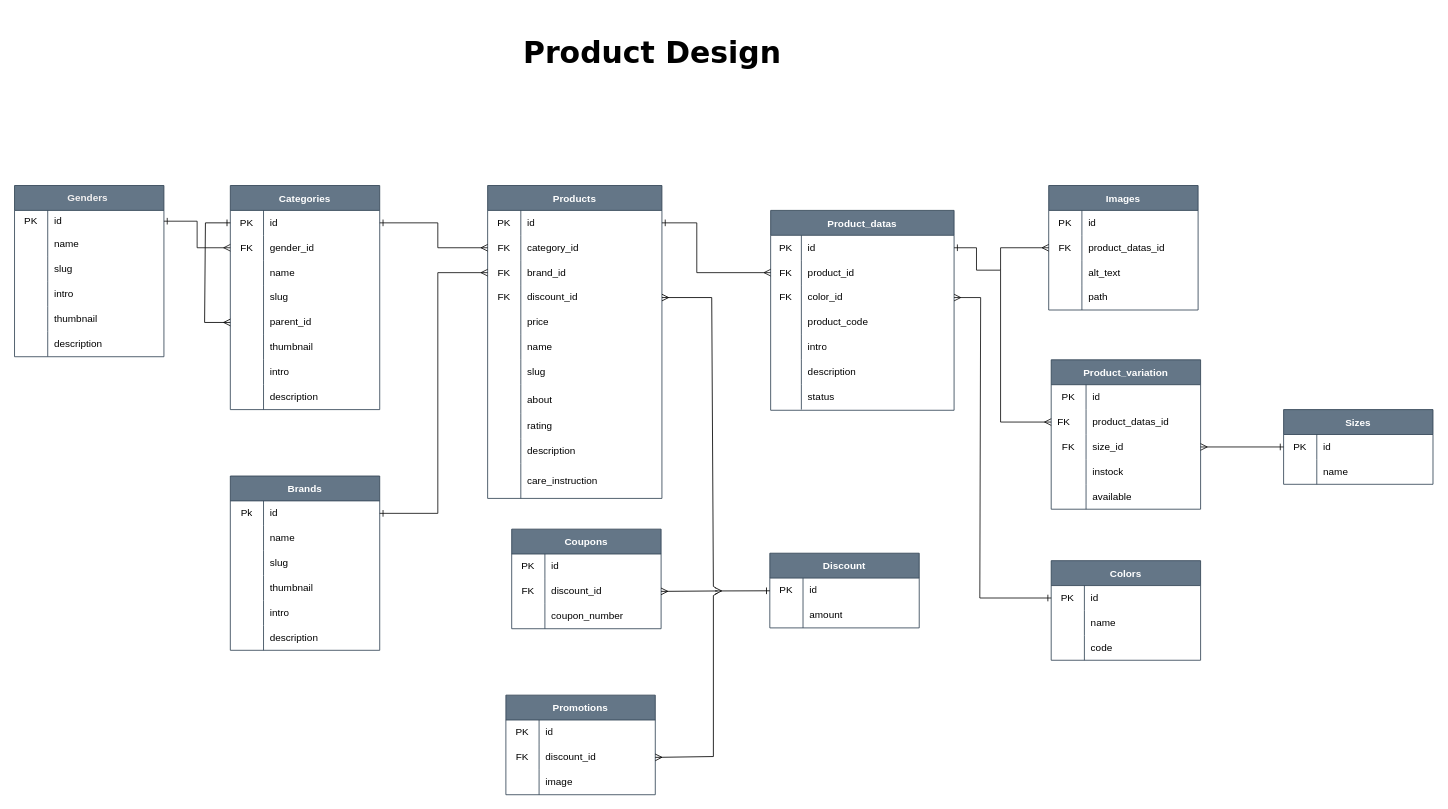
Above: resources/ERD/products.drawio in Khantminaung313/dshop (draw.io), before the change. Source tidied: cells renumbered, new cells numbered last; positions are measured from the earlier drawing's top-left corner, leaving out a move shared by most shapes. Both pictures are drawn from the tidied source at 83%, with x=0, y=0 at pixel (14, 14).
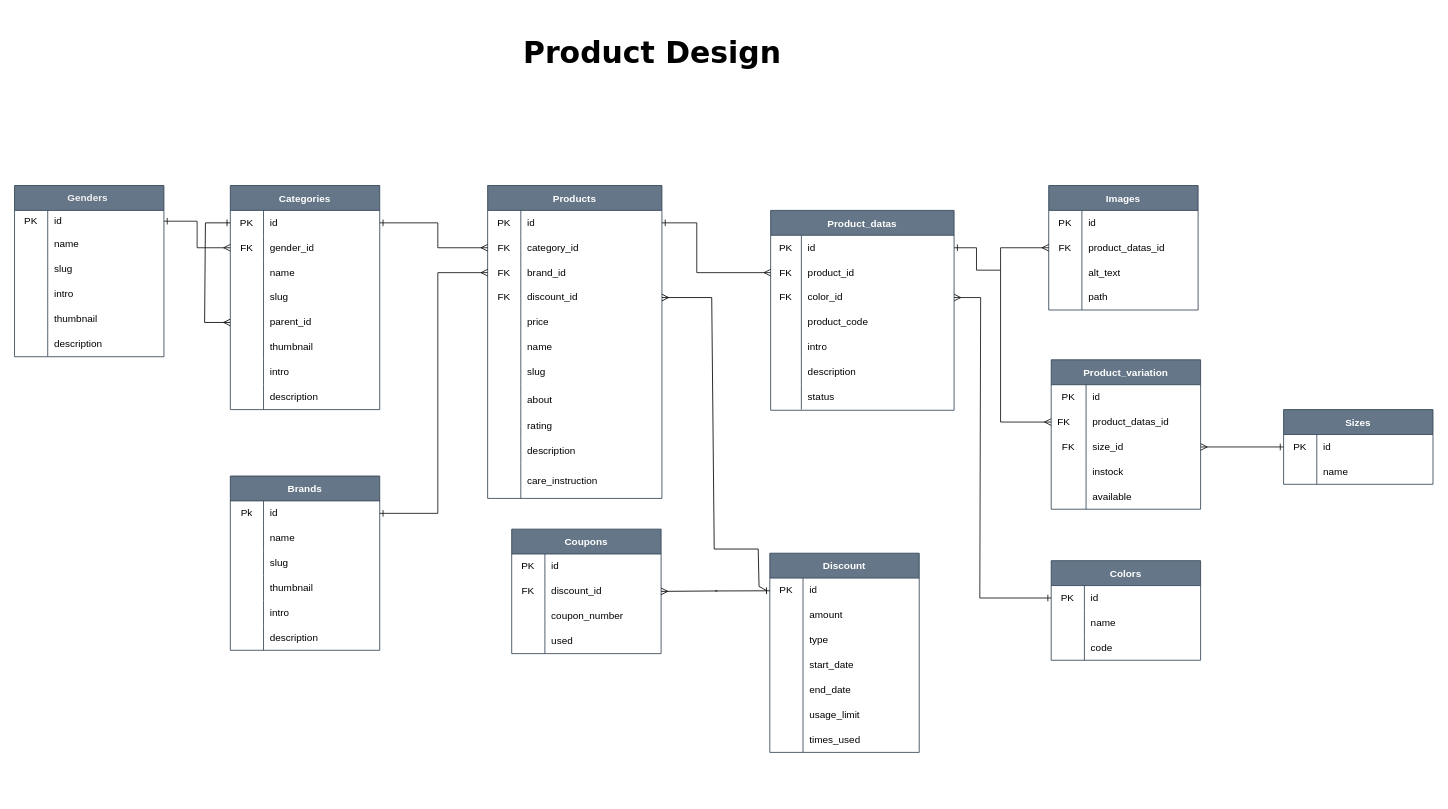
The same page after the edit.

Unchanged cells that the change refers to:
```xml
<mxCell id="77" style="shape=tableRow;horizontal=0;startSize=0;swimlaneHead=0;swimlaneBody=0;top=0;left=0;bottom=0;right=0;fillColor=none;points=[[0,0.5],[1,0.5]];portConstraint=eastwest;" parent="67" vertex="1">
  <mxGeometry y="120" width="210" height="30" as="geometry" />
</mxCell>
<mxCell id="146" style="shape=tableRow;horizontal=0;startSize=0;swimlaneHead=0;swimlaneBody=0;top=0;left=0;bottom=0;right=0;fillColor=none;points=[[0,0.5],[1,0.5]];portConstraint=eastwest;" parent="145" vertex="1">
  <mxGeometry y="30" width="180" height="30" as="geometry" />
</mxCell>
```

Change to the diagram source:
```diff
@@
     <mxCell id="103" value="Coupons" style="shape=table;startSize=30;childLayout=tableLayout;rowLines=0;fontStyle=1;fillColor=#647687;fontColor=#ffffff;strokeColor=#314354;" parent="1" vertex="1">
-      <mxGeometry x="599" y="620" width="180" height="120" as="geometry" />
+      <mxGeometry x="599" y="620" width="180" height="150" as="geometry" />
     </mxCell>
@@
-    <mxCell id="113" value="Promotions" style="shape=table;startSize=30;childLayout=tableLayout;rowLines=0;fontStyle=1;fillColor=#647687;fontColor=#ffffff;strokeColor=#314354;labelBorderColor=none;labelBackgroundColor=none;" parent="1" vertex="1">
-      <mxGeometry x="592" y="820" width="180" height="120" as="geometry" />
-    </mxCell>
-    <mxCell id="114" style="shape=tableRow;horizontal=0;startSize=0;swimlaneHead=0;swimlaneBody=0;top=0;left=0;bottom=0;right=0;fillColor=none;" parent="113" vertex="1">
-      <mxGeometry y="30" width="180" height="30" as="geometry" />
-    </mxCell>
-    <mxCell id="115" value="PK" style="shape=partialRectangle;html=1;whiteSpace=wrap;fillColor=none;top=0;left=0;bottom=0;right=0;overflow=hidden;labelBorderColor=none;fontColor=#000000;" parent="114" vertex="1">
-      <mxGeometry width="40" height="30" as="geometry" />
-    </mxCell>
-    <mxCell id="116" value="id" style="shape=partialRectangle;html=1;whiteSpace=wrap;fillColor=none;top=0;left=0;bottom=0;right=0;align=left;spacingLeft=6;overflow=hidden;labelBorderColor=none;fontColor=#000000;" parent="114" vertex="1">
-      <mxGeometry x="40" width="140" height="30" as="geometry" />
-    </mxCell>
-    <mxCell id="117" style="shape=tableRow;horizontal=0;startSize=0;swimlaneHead=0;swimlaneBody=0;top=0;left=0;bottom=0;right=0;fillColor=none;points=[[0,0.5],[1,0.5]];portConstraint=eastwest;" parent="113" vertex="1">
-      <mxGeometry y="60" width="180" height="30" as="geometry" />
-    </mxCell>
-    <mxCell id="118" value="FK" style="shape=partialRectangle;html=1;whiteSpace=wrap;fillColor=none;top=0;left=0;bottom=0;right=0;overflow=hidden;labelBorderColor=none;fontColor=#000000;" parent="117" vertex="1">
-      <mxGeometry width="40" height="30" as="geometry" />
-    </mxCell>
-    <mxCell id="119" value="discount_id" style="shape=partialRectangle;html=1;whiteSpace=wrap;fillColor=none;top=0;left=0;bottom=0;right=0;align=left;spacingLeft=6;overflow=hidden;labelBorderColor=none;fontColor=#000000;" parent="117" vertex="1">
-      <mxGeometry x="40" width="140" height="30" as="geometry" />
-    </mxCell>
-    <mxCell id="120" style="shape=tableRow;horizontal=0;startSize=0;swimlaneHead=0;swimlaneBody=0;top=0;left=0;bottom=0;right=0;fillColor=none;" parent="113" vertex="1">
-      <mxGeometry y="90" width="180" height="30" as="geometry" />
-    </mxCell>
-    <mxCell id="121" style="shape=partialRectangle;html=1;whiteSpace=wrap;fillColor=none;top=0;left=0;bottom=0;right=0;overflow=hidden;labelBorderColor=none;fontColor=#000000;" parent="120" vertex="1">
-      <mxGeometry width="40" height="30" as="geometry" />
-    </mxCell>
-    <mxCell id="122" value="image" style="shape=partialRectangle;html=1;whiteSpace=wrap;fillColor=none;top=0;left=0;bottom=0;right=0;align=left;spacingLeft=6;overflow=hidden;labelBorderColor=none;fontColor=#000000;" parent="120" vertex="1">
-      <mxGeometry x="40" width="140" height="30" as="geometry" />
-    </mxCell>
+    <mxCell id="211" style="shape=tableRow;horizontal=0;startSize=0;swimlaneHead=0;swimlaneBody=0;top=0;left=0;bottom=0;right=0;fillColor=none;" parent="103" vertex="1">
+      <mxGeometry y="120" width="180" height="30" as="geometry" />
+    </mxCell>
+    <mxCell id="212" style="shape=partialRectangle;html=1;whiteSpace=wrap;fillColor=none;top=0;left=0;bottom=0;right=0;overflow=hidden;strokeColor=#000000;fontColor=#000000;" parent="211" vertex="1">
+      <mxGeometry width="40" height="30" as="geometry" />
+    </mxCell>
+    <mxCell id="213" value="used" style="shape=partialRectangle;html=1;whiteSpace=wrap;fillColor=none;top=0;left=0;bottom=0;right=0;align=left;spacingLeft=6;overflow=hidden;strokeColor=#000000;fontColor=#000000;" parent="211" vertex="1">
+      <mxGeometry x="40" width="140" height="30" as="geometry" />
+    </mxCell>
@@
     <mxCell id="145" value="Discount" style="shape=table;startSize=30;childLayout=tableLayout;rowLines=0;fontStyle=1;fillColor=#647687;fontColor=#ffffff;strokeColor=#314354;" parent="1" vertex="1">
-      <mxGeometry x="910" y="649" width="180" height="90" as="geometry" />
+      <mxGeometry x="910" y="649" width="180" height="240" as="geometry" />
     </mxCell>
@@
+    <mxCell id="120" style="shape=tableRow;horizontal=0;startSize=0;swimlaneHead=0;swimlaneBody=0;top=0;left=0;bottom=0;right=0;fillColor=none;" parent="145" vertex="1">
+      <mxGeometry y="90" width="180" height="30" as="geometry" />
+    </mxCell>
+    <mxCell id="214" style="shape=partialRectangle;html=1;whiteSpace=wrap;fillColor=none;top=0;left=0;bottom=0;right=0;overflow=hidden;fontColor=#000000;" parent="120" vertex="1">
+      <mxGeometry width="40" height="30" as="geometry" />
+    </mxCell>
+    <mxCell id="215" value="type" style="shape=partialRectangle;html=1;whiteSpace=wrap;fillColor=none;top=0;left=0;bottom=0;right=0;align=left;spacingLeft=6;overflow=hidden;fontColor=#000000;" parent="120" vertex="1">
+      <mxGeometry x="40" width="140" height="30" as="geometry" />
+    </mxCell>
+    <mxCell id="216" style="shape=tableRow;horizontal=0;startSize=0;swimlaneHead=0;swimlaneBody=0;top=0;left=0;bottom=0;right=0;fillColor=none;" parent="145" vertex="1">
+      <mxGeometry y="120" width="180" height="30" as="geometry" />
+    </mxCell>
+    <mxCell id="217" style="shape=partialRectangle;html=1;whiteSpace=wrap;fillColor=none;top=0;left=0;bottom=0;right=0;overflow=hidden;fontColor=#000000;" parent="216" vertex="1">
+      <mxGeometry width="40" height="30" as="geometry" />
+    </mxCell>
+    <mxCell id="218" value="start_date" style="shape=partialRectangle;html=1;whiteSpace=wrap;fillColor=none;top=0;left=0;bottom=0;right=0;align=left;spacingLeft=6;overflow=hidden;fontColor=#000000;" parent="216" vertex="1">
+      <mxGeometry x="40" width="140" height="30" as="geometry" />
+    </mxCell>
+    <mxCell id="219" style="shape=tableRow;horizontal=0;startSize=0;swimlaneHead=0;swimlaneBody=0;top=0;left=0;bottom=0;right=0;fillColor=none;" parent="145" vertex="1">
+      <mxGeometry y="150" width="180" height="30" as="geometry" />
+    </mxCell>
+    <mxCell id="220" style="shape=partialRectangle;html=1;whiteSpace=wrap;fillColor=none;top=0;left=0;bottom=0;right=0;overflow=hidden;fontColor=#000000;" parent="219" vertex="1">
+      <mxGeometry width="40" height="30" as="geometry" />
+    </mxCell>
+    <mxCell id="221" value="end_date" style="shape=partialRectangle;html=1;whiteSpace=wrap;fillColor=none;top=0;left=0;bottom=0;right=0;align=left;spacingLeft=6;overflow=hidden;fontColor=#000000;" parent="219" vertex="1">
+      <mxGeometry x="40" width="140" height="30" as="geometry" />
+    </mxCell>
+    <mxCell id="222" style="shape=tableRow;horizontal=0;startSize=0;swimlaneHead=0;swimlaneBody=0;top=0;left=0;bottom=0;right=0;fillColor=none;" parent="145" vertex="1">
+      <mxGeometry y="180" width="180" height="30" as="geometry" />
+    </mxCell>
+    <mxCell id="223" style="shape=partialRectangle;html=1;whiteSpace=wrap;fillColor=none;top=0;left=0;bottom=0;right=0;overflow=hidden;fontColor=#000000;" parent="222" vertex="1">
+      <mxGeometry width="40" height="30" as="geometry" />
+    </mxCell>
+    <mxCell id="224" value="usage_limit" style="shape=partialRectangle;html=1;whiteSpace=wrap;fillColor=none;top=0;left=0;bottom=0;right=0;align=left;spacingLeft=6;overflow=hidden;fontColor=#000000;" parent="222" vertex="1">
+      <mxGeometry x="40" width="140" height="30" as="geometry" />
+    </mxCell>
+    <mxCell id="225" style="shape=tableRow;horizontal=0;startSize=0;swimlaneHead=0;swimlaneBody=0;top=0;left=0;bottom=0;right=0;fillColor=none;" parent="145" vertex="1">
+      <mxGeometry y="210" width="180" height="30" as="geometry" />
+    </mxCell>
+    <mxCell id="226" style="shape=partialRectangle;html=1;whiteSpace=wrap;fillColor=none;top=0;left=0;bottom=0;right=0;overflow=hidden;fontColor=#000000;" parent="225" vertex="1">
+      <mxGeometry width="40" height="30" as="geometry" />
+    </mxCell>
+    <mxCell id="227" value="times_used" style="shape=partialRectangle;html=1;whiteSpace=wrap;fillColor=none;top=0;left=0;bottom=0;right=0;align=left;spacingLeft=6;overflow=hidden;fontColor=#000000;" parent="225" vertex="1">
+      <mxGeometry x="40" width="140" height="30" as="geometry" />
+    </mxCell>
@@
-    <mxCell id="207" style="edgeStyle=none;rounded=0;html=1;strokeColor=#000000;startArrow=ERone;startFill=0;endArrow=ERmany;endFill=0;" parent="1" edge="1" source="146">
+    <mxCell id="207" style="edgeStyle=none;rounded=0;html=1;strokeColor=#000000;startArrow=ERone;startFill=0;endArrow=none;endFill=0;" parent="1" edge="1" source="146">
       <mxGeometry relative="1" as="geometry">
         <mxPoint x="844" y="694.5" as="targetPoint" />
       </mxGeometry>
     </mxCell>
@@
     <mxCell id="209" style="edgeStyle=none;rounded=0;html=1;exitX=1;exitY=0.5;exitDx=0;exitDy=0;strokeColor=#000000;startArrow=ERmany;startFill=0;endArrow=none;endFill=0;" parent="1" edge="1" source="77">
       <mxGeometry relative="1" as="geometry">
-        <mxPoint x="845" y="691" as="targetPoint" />
+        <mxPoint x="906" y="694" as="targetPoint" />
         <Array as="points">
           <mxPoint x="840" y="341" />
-          <mxPoint x="842" y="689" />
+          <mxPoint x="843" y="644" />
+          <mxPoint x="896" y="644" />
+          <mxPoint x="897" y="689" />
         </Array>
       </mxGeometry>
     </mxCell>
-    <mxCell id="210" style="edgeStyle=none;rounded=0;html=1;exitX=1;exitY=0.5;exitDx=0;exitDy=0;strokeColor=#000000;startArrow=ERmany;startFill=0;endArrow=none;endFill=0;" parent="1" edge="1" source="117">
-      <mxGeometry relative="1" as="geometry">
-        <mxPoint x="847" y="697" as="targetPoint" />
-        <Array as="points">
-          <mxPoint x="842" y="894" />
-          <mxPoint x="842" y="700" />
-        </Array>
-      </mxGeometry>
-    </mxCell>
```
